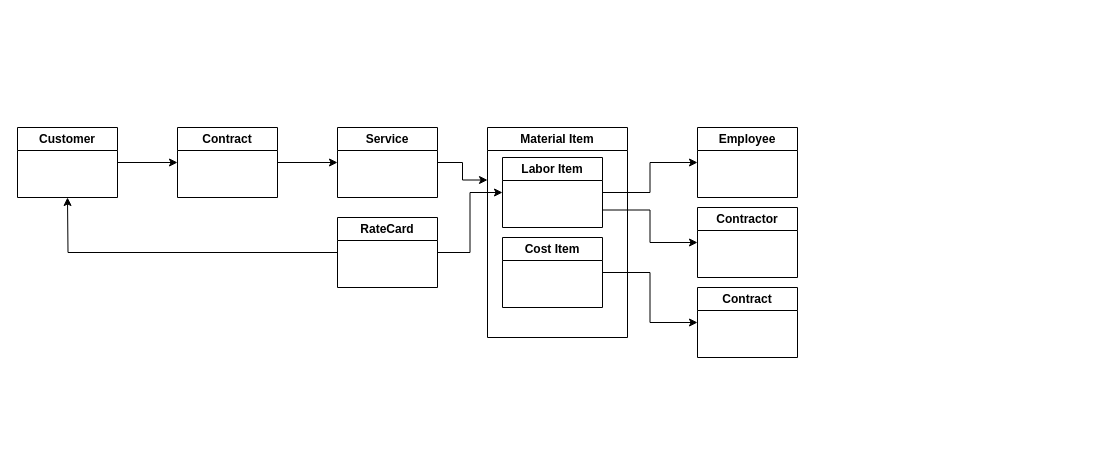
archeopternix/crudgengui keeps this draw.io diagram as data/Serice Catalog.drawio. Above is the earlier version. Source tidied: cells renumbered, new cells numbered last; positions are measured from the earlier drawing's top-left corner, leaving out a move shared by most shapes. Both pictures are drawn from the tidied source at 100%, with x=0, y=0 at pixel (17, 127).
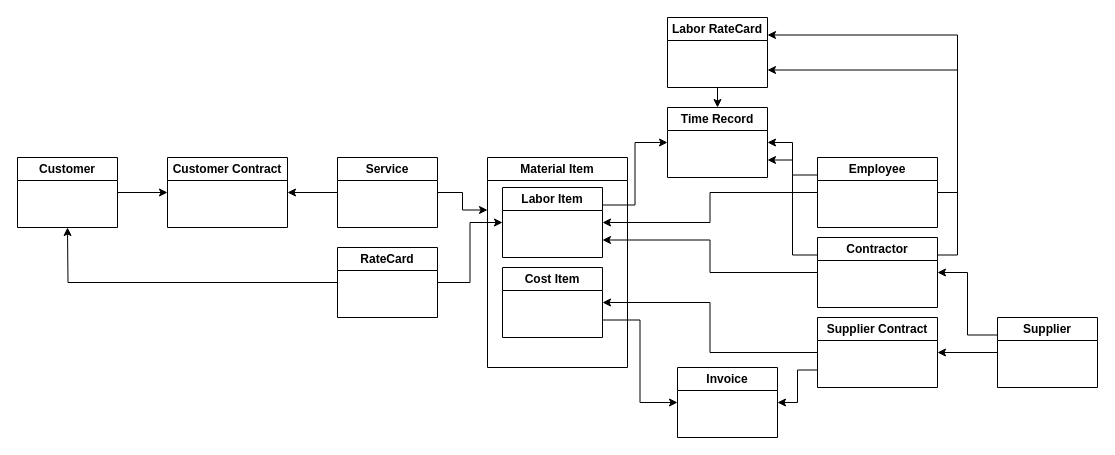
The same page after the edit.

Unchanged cells that the change refers to:
```xml
<mxCell id="5" value="Cost Item" style="swimlane;whiteSpace=wrap;html=1;" parent="4" vertex="1">
  <mxGeometry x="15" y="110" width="100" height="70" as="geometry" />
</mxCell>
<mxCell id="6" value="Labor Item" style="swimlane;whiteSpace=wrap;html=1;" parent="4" vertex="1">
  <mxGeometry x="15" y="30" width="100" height="70" as="geometry" />
</mxCell>
```

Change to the diagram source:
```diff
@@
+    <mxCell id="20" style="edgeStyle=orthogonalEdgeStyle;rounded=0;jettySize=auto;html=1;exitX=0;exitY=0.5;exitDx=0;exitDy=0;entryX=1;entryY=0.5;entryDx=0;entryDy=0;" parent="1" edge="1" source="3" target="10">
+      <mxGeometry relative="1" as="geometry" />
+    </mxCell>
     <mxCell id="3" value="Service" style="swimlane;whiteSpace=wrap;html=1;" parent="1" vertex="1">
-      <mxGeometry x="320" width="100" height="70" as="geometry" />
+      <mxGeometry x="320" y="30" width="100" height="70" as="geometry" />
     </mxCell>
     <mxCell id="4" value="Material&amp;nbsp;&lt;span style=&quot;background-color: transparent; color: light-dark(rgb(0, 0, 0), rgb(255, 255, 255));&quot;&gt;Item&lt;/span&gt;" style="swimlane;whiteSpace=wrap;html=1;" parent="1" vertex="1">
-      <mxGeometry x="470" width="140" height="210" as="geometry" />
+      <mxGeometry x="470" y="30" width="140" height="210" as="geometry" />
     </mxCell>
@@
     <mxCell id="8" value="Customer" style="swimlane;whiteSpace=wrap;html=1;" parent="1" vertex="1">
-      <mxGeometry width="100" height="70" as="geometry" />
+      <mxGeometry y="30" width="100" height="70" as="geometry" />
     </mxCell>
-    <mxCell id="9" style="edgeStyle=orthogonalEdgeStyle;rounded=0;jettySize=auto;html=1;exitX=1;exitY=0.5;exitDx=0;exitDy=0;entryX=0;entryY=0.5;entryDx=0;entryDy=0;" parent="1" edge="1" source="10" target="3">
-      <mxGeometry relative="1" as="geometry" />
-    </mxCell>
-    <mxCell id="10" value="Contract" style="swimlane;whiteSpace=wrap;html=1;" parent="1" vertex="1">
-      <mxGeometry x="160" width="100" height="70" as="geometry" />
+    <mxCell id="10" value="Customer Contract" style="swimlane;whiteSpace=wrap;html=1;" parent="1" vertex="1">
+      <mxGeometry x="150" y="30" width="120" height="70" as="geometry" />
     </mxCell>
+    <mxCell id="21" style="edgeStyle=orthogonalEdgeStyle;rounded=0;jettySize=auto;html=1;exitX=0;exitY=0.5;exitDx=0;exitDy=0;entryX=1;entryY=0.5;entryDx=0;entryDy=0;" parent="1" edge="1" source="11" target="5">
+      <mxGeometry relative="1" as="geometry" />
+    </mxCell>
+    <mxCell id="22" style="edgeStyle=orthogonalEdgeStyle;rounded=0;jettySize=auto;html=1;exitX=0;exitY=0.75;exitDx=0;exitDy=0;entryX=1;entryY=0.5;entryDx=0;entryDy=0;" parent="1" edge="1" source="11" target="34">
+      <mxGeometry relative="1" as="geometry" />
+    </mxCell>
-    <mxCell id="11" value="Contract" style="swimlane;whiteSpace=wrap;html=1;" parent="1" vertex="1">
-      <mxGeometry x="680" y="160" width="100" height="70" as="geometry" />
+    <mxCell id="11" value="Supplier Contract" style="swimlane;whiteSpace=wrap;html=1;startSize=23;" parent="1" vertex="1">
+      <mxGeometry x="800" y="190" width="120" height="70" as="geometry" />
     </mxCell>
-    <mxCell id="12" style="edgeStyle=orthogonalEdgeStyle;rounded=0;jettySize=auto;html=1;exitX=1;exitY=0.5;exitDx=0;exitDy=0;entryX=0;entryY=0.5;entryDx=0;entryDy=0;" parent="1" edge="1" source="5" target="11">
-      <mxGeometry relative="1" as="geometry" />
-    </mxCell>
     <mxCell id="13" style="edgeStyle=orthogonalEdgeStyle;rounded=0;jettySize=auto;html=1;exitX=0;exitY=0.5;exitDx=0;exitDy=0;" parent="1" edge="1" source="15">
       <mxGeometry relative="1" as="geometry">
-        <mxPoint x="50" y="70" as="targetPoint" />
+        <mxPoint x="50" y="100" as="targetPoint" />
       </mxGeometry>
     </mxCell>
@@
     <mxCell id="15" value="RateCard" style="swimlane;whiteSpace=wrap;html=1;" parent="1" vertex="1">
-      <mxGeometry x="320" y="90" width="100" height="70" as="geometry" />
+      <mxGeometry x="320" y="120" width="100" height="70" as="geometry" />
     </mxCell>
+    <mxCell id="23" style="edgeStyle=orthogonalEdgeStyle;rounded=0;jettySize=auto;html=1;exitX=0;exitY=0.5;exitDx=0;exitDy=0;entryX=1;entryY=0.5;entryDx=0;entryDy=0;" parent="1" edge="1" source="16" target="6">
+      <mxGeometry relative="1" as="geometry" />
+    </mxCell>
+    <mxCell id="24" style="edgeStyle=orthogonalEdgeStyle;rounded=0;jettySize=auto;html=1;exitX=0;exitY=0.25;exitDx=0;exitDy=0;entryX=1;entryY=0.5;entryDx=0;entryDy=0;" parent="1" edge="1" source="16" target="32">
+      <mxGeometry relative="1" as="geometry" />
+    </mxCell>
+    <mxCell id="25" style="edgeStyle=orthogonalEdgeStyle;rounded=0;jettySize=auto;html=1;exitX=1;exitY=0.5;exitDx=0;exitDy=0;entryX=1;entryY=0.75;entryDx=0;entryDy=0;" parent="1" edge="1" source="16" target="37">
+      <mxGeometry relative="1" as="geometry" />
+    </mxCell>
     <mxCell id="16" value="Employee" style="swimlane;whiteSpace=wrap;html=1;" parent="1" vertex="1">
-      <mxGeometry x="680" width="100" height="70" as="geometry" />
+      <mxGeometry x="800" y="30" width="120" height="70" as="geometry" />
     </mxCell>
-    <mxCell id="17" style="edgeStyle=orthogonalEdgeStyle;rounded=0;jettySize=auto;html=1;exitX=1;exitY=0.5;exitDx=0;exitDy=0;entryX=0;entryY=0.5;entryDx=0;entryDy=0;" parent="1" edge="1" source="6" target="16">
-      <mxGeometry relative="1" as="geometry" />
-    </mxCell>
+    <mxCell id="26" style="edgeStyle=orthogonalEdgeStyle;rounded=0;jettySize=auto;html=1;exitX=0;exitY=0.5;exitDx=0;exitDy=0;entryX=1;entryY=0.75;entryDx=0;entryDy=0;" parent="1" edge="1" source="18" target="6">
+      <mxGeometry relative="1" as="geometry" />
+    </mxCell>
+    <mxCell id="27" style="edgeStyle=orthogonalEdgeStyle;rounded=0;jettySize=auto;html=1;exitX=0;exitY=0.25;exitDx=0;exitDy=0;entryX=1;entryY=0.75;entryDx=0;entryDy=0;" parent="1" edge="1" source="18" target="32">
+      <mxGeometry relative="1" as="geometry" />
+    </mxCell>
+    <mxCell id="28" style="edgeStyle=orthogonalEdgeStyle;rounded=0;jettySize=auto;html=1;exitX=1;exitY=0.25;exitDx=0;exitDy=0;entryX=1;entryY=0.25;entryDx=0;entryDy=0;" parent="1" edge="1" source="18" target="37">
+      <mxGeometry relative="1" as="geometry" />
+    </mxCell>
     <mxCell id="18" value="Contractor" style="swimlane;whiteSpace=wrap;html=1;" parent="1" vertex="1">
-      <mxGeometry x="680" y="80" width="100" height="70" as="geometry" />
+      <mxGeometry x="800" y="110" width="120" height="70" as="geometry" />
     </mxCell>
-    <mxCell id="19" style="edgeStyle=orthogonalEdgeStyle;rounded=0;jettySize=auto;html=1;exitX=1;exitY=0.75;exitDx=0;exitDy=0;entryX=0;entryY=0.5;entryDx=0;entryDy=0;" parent="1" edge="1" source="6" target="18">
-      <mxGeometry relative="1" as="geometry" />
-    </mxCell>
+    <mxCell id="29" style="edgeStyle=orthogonalEdgeStyle;rounded=0;jettySize=auto;html=1;exitX=0;exitY=0.5;exitDx=0;exitDy=0;entryX=1;entryY=0.5;entryDx=0;entryDy=0;" parent="1" edge="1" source="31" target="11">
+      <mxGeometry relative="1" as="geometry" />
+    </mxCell>
+    <mxCell id="30" style="edgeStyle=orthogonalEdgeStyle;rounded=0;jettySize=auto;html=1;exitX=0;exitY=0.25;exitDx=0;exitDy=0;entryX=1;entryY=0.5;entryDx=0;entryDy=0;" parent="1" edge="1" source="31" target="18">
+      <mxGeometry relative="1" as="geometry" />
+    </mxCell>
+    <mxCell id="31" value="Supplier" style="swimlane;whiteSpace=wrap;html=1;" parent="1" vertex="1">
+      <mxGeometry x="980" y="190" width="100" height="70" as="geometry" />
+    </mxCell>
+    <mxCell id="32" value="Time Record" style="swimlane;whiteSpace=wrap;html=1;" parent="1" vertex="1">
+      <mxGeometry x="650" y="-20" width="100" height="70" as="geometry" />
+    </mxCell>
+    <mxCell id="33" style="edgeStyle=orthogonalEdgeStyle;rounded=0;jettySize=auto;html=1;exitX=1;exitY=0.25;exitDx=0;exitDy=0;entryX=0;entryY=0.5;entryDx=0;entryDy=0;" parent="1" edge="1" source="6" target="32">
+      <mxGeometry relative="1" as="geometry" />
+    </mxCell>
+    <mxCell id="34" value="Invoice" style="swimlane;whiteSpace=wrap;html=1;" parent="1" vertex="1">
+      <mxGeometry x="660" y="240" width="100" height="70" as="geometry" />
+    </mxCell>
+    <mxCell id="35" style="edgeStyle=orthogonalEdgeStyle;rounded=0;jettySize=auto;html=1;exitX=1;exitY=0.75;exitDx=0;exitDy=0;entryX=0;entryY=0.5;entryDx=0;entryDy=0;" parent="1" edge="1" source="5" target="34">
+      <mxGeometry relative="1" as="geometry" />
+    </mxCell>
+    <mxCell id="36" style="edgeStyle=orthogonalEdgeStyle;rounded=0;jettySize=auto;html=1;exitX=0.5;exitY=1;exitDx=0;exitDy=0;entryX=0.5;entryY=0;entryDx=0;entryDy=0;" parent="1" edge="1" source="37" target="32">
+      <mxGeometry relative="1" as="geometry" />
+    </mxCell>
+    <mxCell id="37" value="Labor RateCard" style="swimlane;whiteSpace=wrap;html=1;" parent="1" vertex="1">
+      <mxGeometry x="650" y="-110" width="100" height="70" as="geometry" />
+    </mxCell>
```
